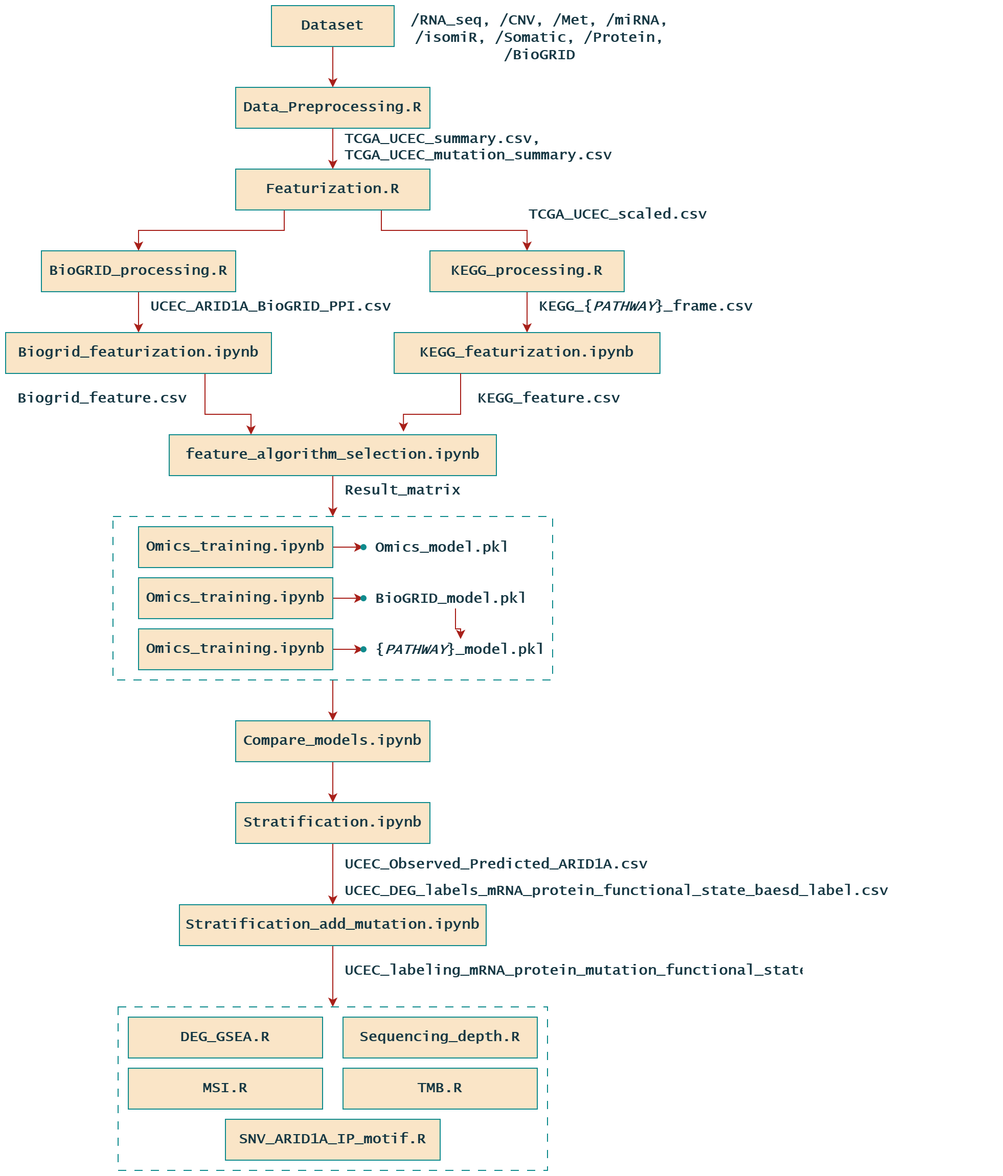
Before: github_diagram.drawio.png, a diagram exported from draw.io (junsoo98/ARID1A_functional_state_stratification). Source tidied: cells renumbered, new cells last; positions are measured from the earlier drawing's top-left corner, leaving out a move shared by most shapes.
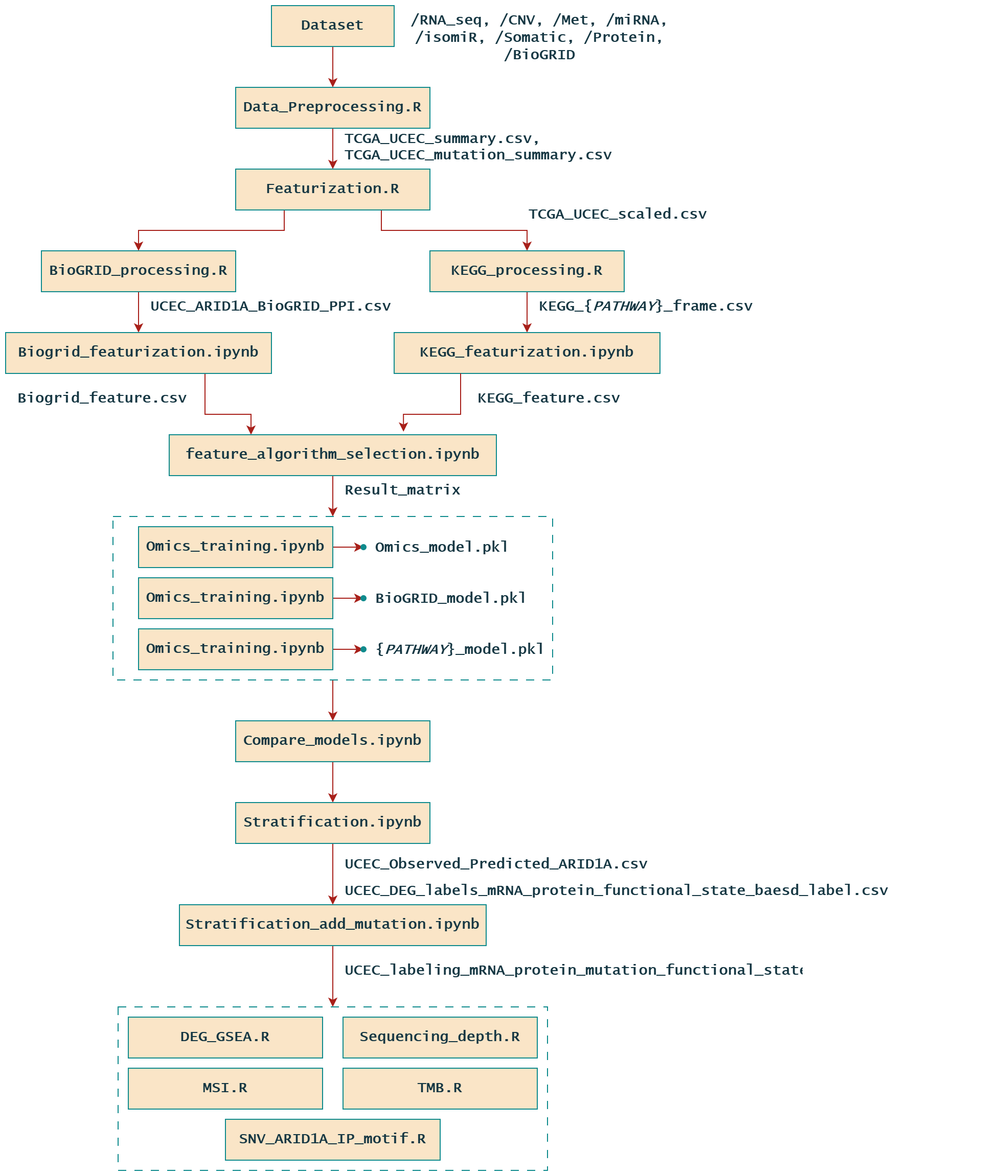
The same file after the commit.

Change to the diagram source:
```diff
@@ -159,9 +159,6 @@
     <mxCell id="50" value="&lt;h1 style=&quot;margin-top: 0px;&quot;&gt;Omics_model.pkl&lt;/h1&gt;" style="text;html=1;whiteSpace=wrap;overflow=hidden;rounded=0;align=left;fontFamily=Lucida Console;verticalAlign=middle;fontSize=7;labelBackgroundColor=none;fontColor=#143642;" parent="1" vertex="1">
       <mxGeometry x="360" y="520" width="140" height="20" as="geometry" />
     </mxCell>
-    <mxCell id="51" style="edgeStyle=orthogonalEdgeStyle;rounded=0;jettySize=auto;html=1;fontFamily=Lucida Console;fontSize=12;fontColor=default;labelBackgroundColor=none;strokeColor=#A8201A;" parent="1" edge="1" source="52" target="53">
-      <mxGeometry relative="1" as="geometry" />
-    </mxCell>
     <mxCell id="52" value="&lt;h1 style=&quot;margin-top: 0px;&quot;&gt;BioGRID_model.pkl&lt;/h1&gt;" style="text;html=1;whiteSpace=wrap;overflow=hidden;rounded=0;align=left;fontFamily=Lucida Console;verticalAlign=middle;fontSize=7;labelBackgroundColor=none;fontColor=#143642;" parent="1" vertex="1">
       <mxGeometry x="360" y="570" width="160" height="20" as="geometry" />
     </mxCell>
```
